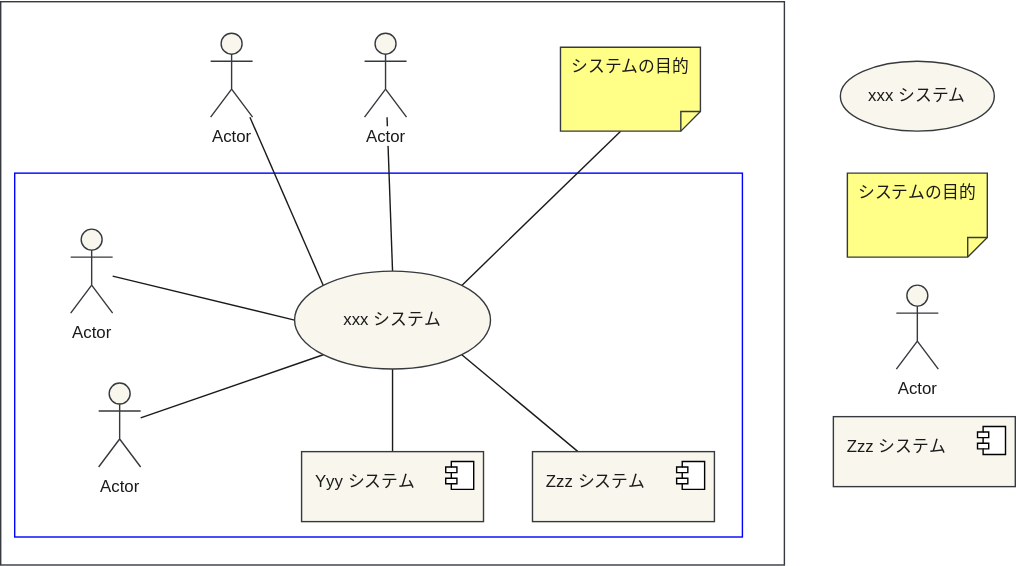
Earlier version of the draw.io export src/sample/10_SystemValue/ContextModel/ContextModel.drawio.svg (anfangd/rdra-requirement-definition). Source tidied: cells renumbered, new cells last; positions are measured from the earlier drawing's top-left corner, leaving out a move shared by most shapes. The source it was exported from:
```xml
<mxGraphModel background="#FFFFFF">
  <root>
    <mxCell id="0" />
    <mxCell id="1" parent="0" />
    <mxCell id="2" style="rounded=0;whiteSpace=wrap;html=1;labelBackgroundColor=#ffffff;fillColor=#FFFFFF;align=left;strokeColor=#36393d;" parent="1" vertex="1">
      <mxGeometry y="-0.5" width="560" height="402.5" as="geometry" />
    </mxCell>
    <mxCell id="3" style="rounded=0;whiteSpace=wrap;html=1;labelBackgroundColor=#ffffff;fillColor=#FFFFFF;align=left;strokeColor=#0000FF;" parent="1" vertex="1">
      <mxGeometry x="10" y="122" width="520" height="260" as="geometry" />
    </mxCell>
    <mxCell id="4" style="rounded=0;jettySize=auto;html=1;exitX=0.5;exitY=0;exitDx=0;exitDy=0;fontColor=#1A1A1A;endArrow=none;endFill=0;strokeColor=#1A1A1A;" parent="1" edge="1" source="11" target="20">
      <mxGeometry relative="1" as="geometry" />
    </mxCell>
    <mxCell id="5" style="edgeStyle=none;rounded=0;jettySize=auto;html=1;exitX=0;exitY=0;exitDx=0;exitDy=0;endArrow=none;endFill=0;strokeColor=#1A1A1A;fontColor=#1A1A1A;" parent="1" edge="1" source="11" target="19">
      <mxGeometry relative="1" as="geometry" />
    </mxCell>
    <mxCell id="6" style="edgeStyle=none;rounded=0;jettySize=auto;html=1;exitX=0;exitY=0.5;exitDx=0;exitDy=0;endArrow=none;endFill=0;strokeColor=#1A1A1A;fontColor=#1A1A1A;" parent="1" edge="1" source="11" target="13">
      <mxGeometry relative="1" as="geometry" />
    </mxCell>
    <mxCell id="7" style="edgeStyle=none;rounded=0;jettySize=auto;html=1;exitX=0;exitY=1;exitDx=0;exitDy=0;endArrow=none;endFill=0;strokeColor=#1A1A1A;fontColor=#1A1A1A;" parent="1" edge="1" source="11" target="18">
      <mxGeometry relative="1" as="geometry" />
    </mxCell>
    <mxCell id="8" style="edgeStyle=none;rounded=0;jettySize=auto;html=1;exitX=0.5;exitY=1;exitDx=0;exitDy=0;entryX=0.5;entryY=0;entryDx=0;entryDy=0;endArrow=none;endFill=0;strokeColor=#1A1A1A;fontColor=#1A1A1A;" parent="1" edge="1" source="11" target="14">
      <mxGeometry relative="1" as="geometry" />
    </mxCell>
    <mxCell id="9" style="edgeStyle=none;rounded=0;jettySize=auto;html=1;exitX=1;exitY=1;exitDx=0;exitDy=0;entryX=0.25;entryY=0;entryDx=0;entryDy=0;endArrow=none;endFill=0;strokeColor=#1A1A1A;fontColor=#1A1A1A;" parent="1" edge="1" source="11" target="16">
      <mxGeometry relative="1" as="geometry" />
    </mxCell>
    <mxCell id="10" style="edgeStyle=none;rounded=0;jettySize=auto;html=1;exitX=1;exitY=0;exitDx=0;exitDy=0;entryX=0;entryY=0;entryDx=43;entryDy=0;entryPerimeter=0;endArrow=none;endFill=0;strokeColor=#1A1A1A;fontColor=#1A1A1A;" parent="1" edge="1" source="11" target="12">
      <mxGeometry relative="1" as="geometry" />
    </mxCell>
    <mxCell id="11" value="xxx システム" style="ellipse;whiteSpace=wrap;html=1;fillColor=#f9f7ed;strokeColor=#36393d;fontColor=#1A1A1A;" parent="1" vertex="1">
      <mxGeometry x="210" y="192" width="140" height="70" as="geometry" />
    </mxCell>
    <mxCell id="12" value="システムの目的" style="shape=note;whiteSpace=wrap;html=1;size=14;verticalAlign=top;align=left;spacingTop=-6;fillColor=#ffff88;strokeColor=#36393d;fontColor=#1A1A1A;flipH=0;flipV=1;spacing=8;" parent="1" vertex="1">
      <mxGeometry x="400" y="32" width="100" height="60" as="geometry" />
    </mxCell>
    <mxCell id="13" value="Actor" style="shape=umlActor;verticalLabelPosition=bottom;labelBackgroundColor=#ffffff;verticalAlign=top;html=1;fillColor=#f9f7ed;strokeColor=#36393d;fontColor=#1A1A1A;" parent="1" vertex="1">
      <mxGeometry x="50" y="162" width="30" height="60" as="geometry" />
    </mxCell>
    <mxCell id="14" value="&lt;span&gt;Yyy システム&lt;/span&gt;" style="html=1;fillColor=#f9f7ed;strokeColor=#36393d;fontColor=#1A1A1A;verticalAlign=top;align=left;spacing=10;fontStyle=0;" parent="1" vertex="1">
      <mxGeometry x="215" y="321" width="130" height="50" as="geometry" />
    </mxCell>
    <mxCell id="15" style="shape=component;jettyWidth=8;jettyHeight=4;" parent="14" vertex="1">
      <mxGeometry x="1" width="20" height="20" relative="1" as="geometry">
        <mxPoint x="-27" y="7" as="offset" />
      </mxGeometry>
    </mxCell>
    <mxCell id="16" value="&lt;span&gt;Zzz システム&lt;/span&gt;" style="html=1;fillColor=#f9f7ed;strokeColor=#36393d;fontColor=#1A1A1A;verticalAlign=top;align=left;spacing=10;fontStyle=0;" parent="1" vertex="1">
      <mxGeometry x="380" y="321" width="130" height="50" as="geometry" />
    </mxCell>
    <mxCell id="17" style="shape=component;jettyWidth=8;jettyHeight=4;" parent="16" vertex="1">
      <mxGeometry x="1" width="20" height="20" relative="1" as="geometry">
        <mxPoint x="-27" y="7" as="offset" />
      </mxGeometry>
    </mxCell>
    <mxCell id="18" value="Actor" style="shape=umlActor;verticalLabelPosition=bottom;labelBackgroundColor=#ffffff;verticalAlign=top;html=1;fillColor=#f9f7ed;strokeColor=#36393d;fontColor=#1A1A1A;" parent="1" vertex="1">
      <mxGeometry x="70" y="272" width="30" height="60" as="geometry" />
    </mxCell>
    <mxCell id="19" value="Actor" style="shape=umlActor;verticalLabelPosition=bottom;labelBackgroundColor=#ffffff;verticalAlign=top;html=1;fillColor=#f9f7ed;strokeColor=#36393d;fontColor=#1A1A1A;" parent="1" vertex="1">
      <mxGeometry x="150" y="22" width="30" height="60" as="geometry" />
    </mxCell>
    <mxCell id="20" value="Actor" style="shape=umlActor;verticalLabelPosition=bottom;labelBackgroundColor=#ffffff;verticalAlign=top;html=1;fillColor=#f9f7ed;strokeColor=#36393d;fontColor=#1A1A1A;" parent="1" vertex="1">
      <mxGeometry x="260" y="22" width="30" height="60" as="geometry" />
    </mxCell>
    <mxCell id="21" value="Actor" style="shape=umlActor;verticalLabelPosition=bottom;labelBackgroundColor=#ffffff;verticalAlign=top;html=1;fillColor=#f9f7ed;strokeColor=#36393d;fontColor=#1A1A1A;" parent="1" vertex="1">
      <mxGeometry x="640" y="202" width="30" height="60" as="geometry" />
    </mxCell>
    <mxCell id="22" value="システムの目的" style="shape=note;whiteSpace=wrap;html=1;size=14;verticalAlign=top;align=left;spacingTop=-6;fillColor=#ffff88;strokeColor=#36393d;fontColor=#1A1A1A;flipH=0;flipV=1;spacing=8;" parent="1" vertex="1">
      <mxGeometry x="605" y="122" width="100" height="60" as="geometry" />
    </mxCell>
    <mxCell id="23" value="xxx システム" style="ellipse;whiteSpace=wrap;html=1;fillColor=#f9f7ed;strokeColor=#36393d;fontColor=#1A1A1A;" parent="1" vertex="1">
      <mxGeometry x="600" y="42" width="110" height="50" as="geometry" />
    </mxCell>
    <mxCell id="24" value="&lt;span&gt;Zzz システム&lt;/span&gt;" style="html=1;fillColor=#f9f7ed;strokeColor=#36393d;fontColor=#1A1A1A;verticalAlign=top;align=left;spacing=10;fontStyle=0;" parent="1" vertex="1">
      <mxGeometry x="595" y="296" width="130" height="50" as="geometry" />
    </mxCell>
    <mxCell id="25" style="shape=component;jettyWidth=8;jettyHeight=4;" parent="24" vertex="1">
      <mxGeometry x="1" width="20" height="20" relative="1" as="geometry">
        <mxPoint x="-27" y="7" as="offset" />
      </mxGeometry>
    </mxCell>
  </root>
</mxGraphModel>
```
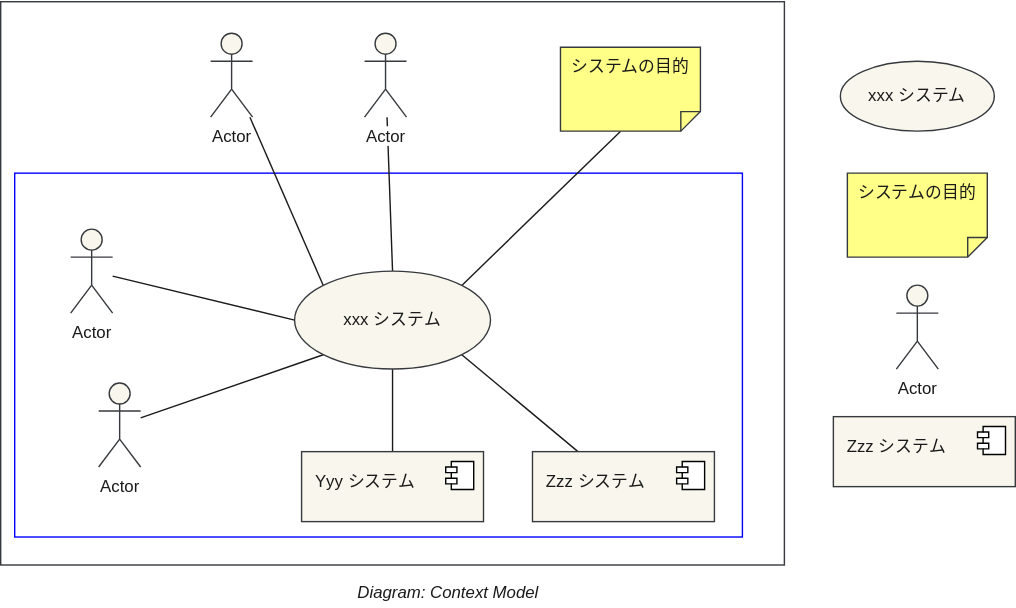
Above is the later version.

Change to the diagram source:
```diff
@@ -80,5 +80,8 @@
         <mxPoint x="-27" y="7" as="offset" />
       </mxGeometry>
     </mxCell>
+    <mxCell id="26" value="Diagram: Context Model" style="text;html=1;strokeColor=none;fillColor=none;align=center;verticalAlign=middle;whiteSpace=wrap;rounded=0;fontColor=#1A1A1A;fontStyle=2;" parent="1" vertex="1">
+      <mxGeometry x="110" y="412" width="420" height="20" as="geometry" />
+    </mxCell>
   </root>
 </mxGraphModel>
```
